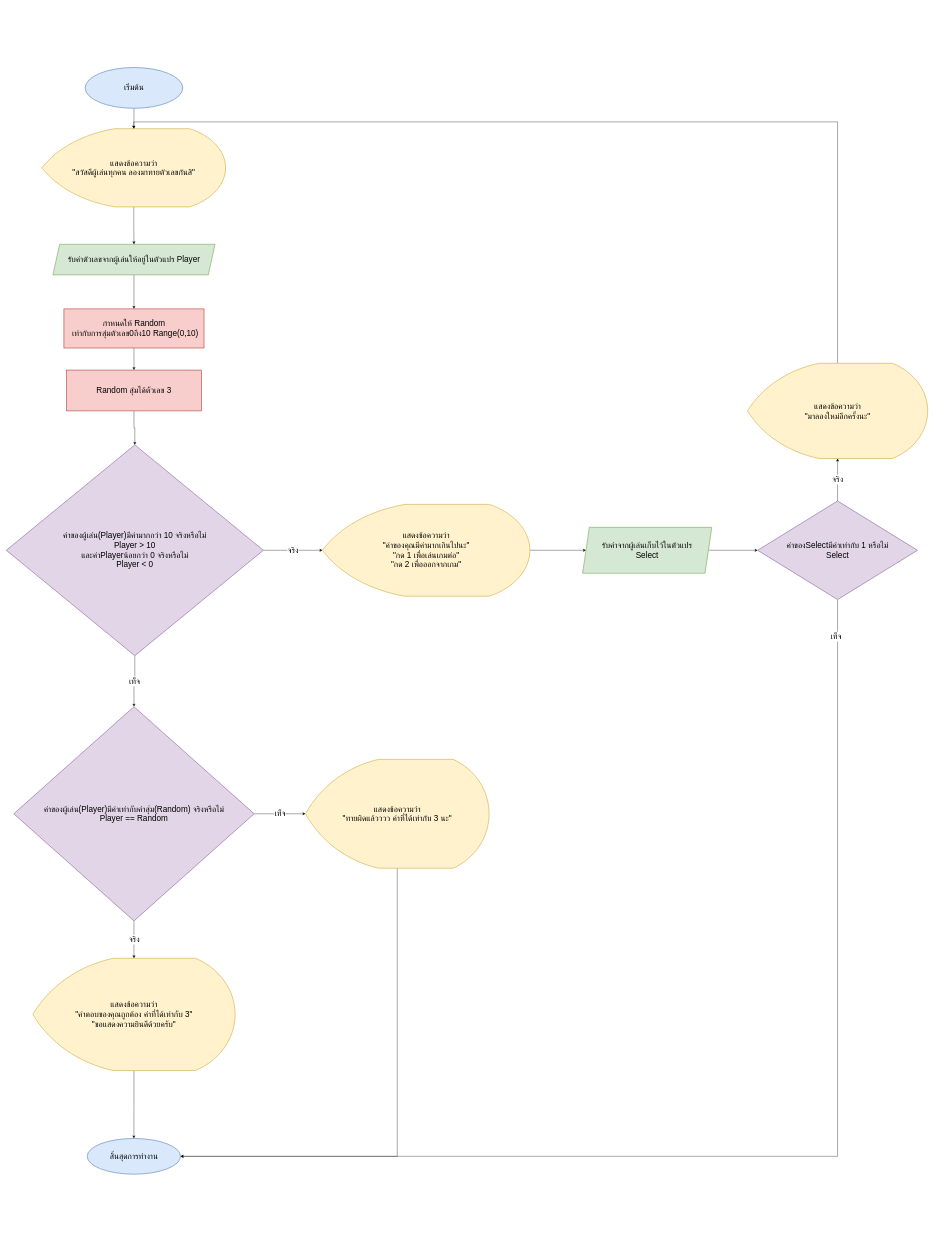
This is Guessing Games.drawio from yauyau-codercamp/Natawat_Renusin, a draw.io file, before an edit. Source tidied: cells renumbered, new cells numbered last; positions are measured from the earlier drawing's top-left corner, leaving out a move shared by most shapes. Both pictures are drawn from the tidied source at 34%, with x=0, y=0 at pixel (6, 67).
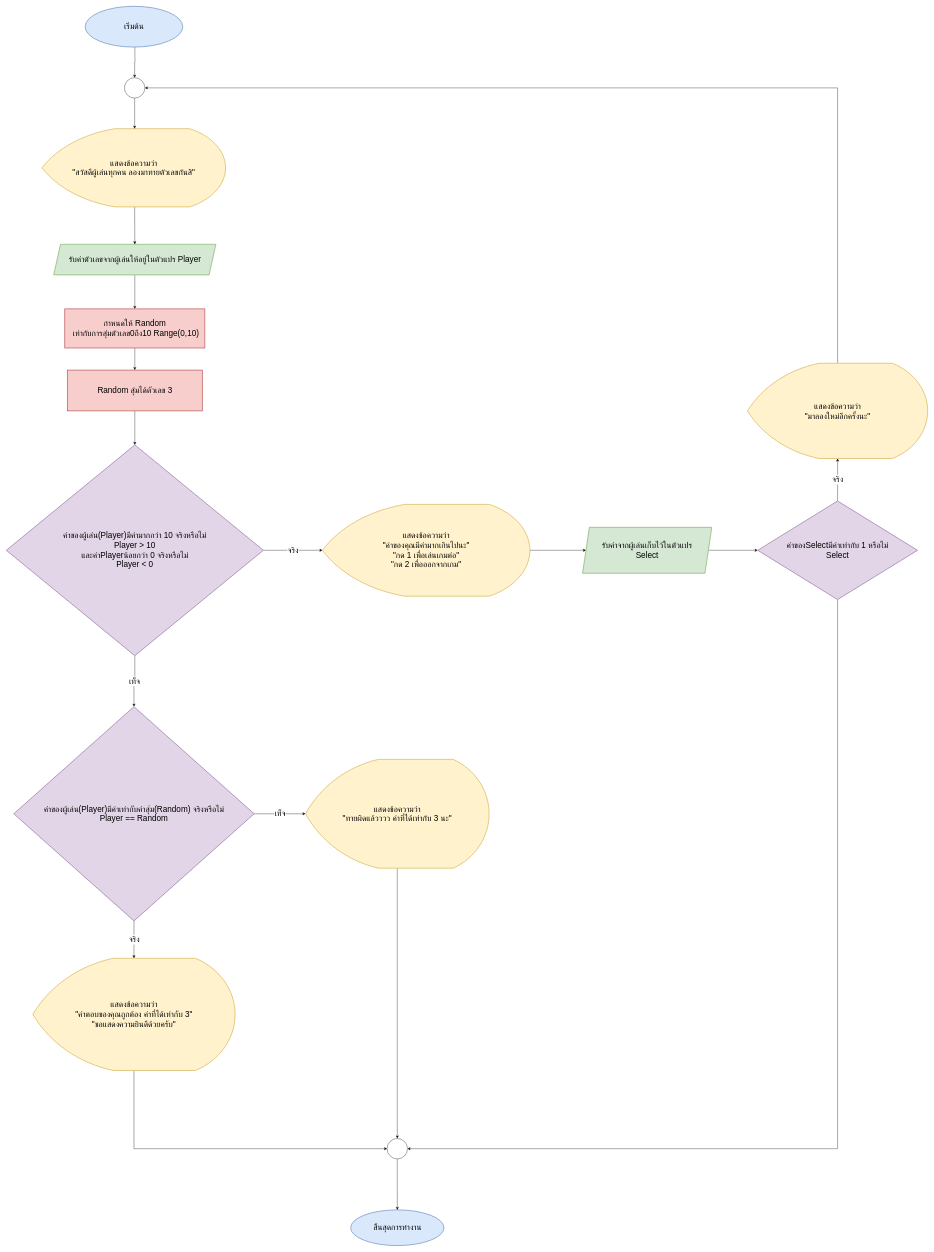
The same diagram, later.

Unchanged cells that the change refers to:
```xml
<mxCell id="17" value="แสดงข้อความว่า&lt;br&gt;&quot;คำตอบของคุณถูกต้อง ค่าที่ได้เท่ากับ 3&quot;&lt;br&gt;&quot;ขอแสดงความยินดีด้วยครับ&quot;" style="strokeWidth=2;html=1;shape=mxgraph.flowchart.display;whiteSpace=wrap;fontSize=24;fillColor=#fff2cc;strokeColor=#d6b656;" parent="1" vertex="1">
  <mxGeometry x="78" y="2620" width="595" height="330" as="geometry" />
</mxCell>
<mxCell id="26" value="ค่าของSelectมีค่าเท่ากับ 1 หรือไม่&lt;br&gt;Select" style="rhombus;whiteSpace=wrap;html=1;fontSize=24;strokeWidth=2;fillColor=#e1d5e7;strokeColor=#9673a6;" parent="1" vertex="1">
  <mxGeometry x="2210" y="1275" width="470" height="290" as="geometry" />
</mxCell>
<mxCell id="28" value="แสดงข้อความว่า&lt;br&gt;&quot;สวัสดีผู้เล่นทุกคน ลองมาทายตัวเลขกันสิ&quot;" style="strokeWidth=2;html=1;shape=mxgraph.flowchart.display;whiteSpace=wrap;fontSize=24;fillColor=#fff2cc;strokeColor=#d6b656;" parent="1" vertex="1">
  <mxGeometry x="105" y="180" width="540" height="230" as="geometry" />
</mxCell>
<mxCell id="30" value="แสดงข้อความว่า&lt;br&gt;&quot;มาลองใหม่อีกครั้งนะ&quot;" style="strokeWidth=2;html=1;shape=mxgraph.flowchart.display;whiteSpace=wrap;fontSize=24;fillColor=#fff2cc;strokeColor=#d6b656;" parent="1" vertex="1">
  <mxGeometry x="2180" y="870" width="530" height="280" as="geometry" />
</mxCell>
<mxCell id="32" value="แสดงข้อความว่า&lt;br&gt;&quot;ทายผิดแล้วววว ค่าที่ได้เท่ากับ 3 นะ&quot;" style="strokeWidth=2;html=1;shape=mxgraph.flowchart.display;whiteSpace=wrap;fontSize=24;fillColor=#fff2cc;strokeColor=#d6b656;" parent="1" vertex="1">
  <mxGeometry x="880" y="2035" width="540" height="320" as="geometry" />
</mxCell>
```

Change to the diagram source:
```diff
@@
-    <mxCell id="2" style="edgeStyle=orthogonalEdgeStyle;rounded=0;jettySize=auto;html=1;exitX=0.5;exitY=1;exitDx=0;exitDy=0;exitPerimeter=0;entryX=0.5;entryY=0;entryDx=0;entryDy=0;entryPerimeter=0;fontSize=24;" parent="1" edge="1" source="3" target="28">
-      <mxGeometry relative="1" as="geometry" />
-    </mxCell>
+    <mxCell id="33" style="edgeStyle=orthogonalEdgeStyle;rounded=0;jettySize=auto;html=1;exitX=0.5;exitY=1;exitDx=0;exitDy=0;exitPerimeter=0;entryX=0.5;entryY=0;entryDx=0;entryDy=0;entryPerimeter=0;" parent="1" edge="1" target="39">
+      <mxGeometry relative="1" as="geometry">
+        <mxPoint x="378" y="-60" as="sourcePoint" />
+      </mxGeometry>
+    </mxCell>
     <mxCell id="3" value="&lt;font style=&quot;font-size: 24px;&quot;&gt;เริ่มต้น&lt;/font&gt;" style="strokeWidth=2;html=1;shape=mxgraph.flowchart.start_1;whiteSpace=wrap;fillColor=#dae8fc;strokeColor=#6c8ebf;" parent="1" vertex="1">
-      <mxGeometry x="232" width="287" height="120" as="geometry" />
+      <mxGeometry x="232" y="-180" width="287" height="120" as="geometry" />
     </mxCell>
@@
     <mxCell id="5" value="&lt;font style=&quot;font-size: 24px;&quot;&gt;รับค่าตัวเลขจากผู้เล่นให้อยู่ในตัวแปร Player&lt;/font&gt;" style="shape=parallelogram;perimeter=parallelogramPerimeter;whiteSpace=wrap;html=1;fixedSize=1;strokeWidth=2;fillColor=#d5e8d4;strokeColor=#82b366;" parent="1" vertex="1">
-      <mxGeometry x="137" y="520" width="477" height="90" as="geometry" />
+      <mxGeometry x="139.5" y="520" width="477" height="90" as="geometry" />
     </mxCell>
@@
     <mxCell id="7" value="&lt;font style=&quot;font-size: 24px;&quot;&gt;กำหนดให้ Random&lt;br&gt;&amp;nbsp;เท่ากับการสุ่มตัวเลข0ถึง10 Range(0,10)&lt;/font&gt;" style="whiteSpace=wrap;html=1;strokeWidth=2;fillColor=#f8cecc;strokeColor=#b85450;" parent="1" vertex="1">
-      <mxGeometry x="169.5" y="710" width="412" height="115" as="geometry" />
+      <mxGeometry x="172" y="710" width="412" height="115" as="geometry" />
     </mxCell>
@@
     <mxCell id="9" value="&lt;font style=&quot;font-size: 24px;&quot;&gt;Random สุ่มได้ตัวเลข 3&lt;/font&gt;" style="whiteSpace=wrap;html=1;strokeWidth=2;fillColor=#f8cecc;strokeColor=#b85450;" parent="1" vertex="1">
-      <mxGeometry x="177" y="890" width="397" height="120" as="geometry" />
+      <mxGeometry x="179.5" y="890" width="397" height="120" as="geometry" />
     </mxCell>
@@
-    <mxCell id="16" style="edgeStyle=orthogonalEdgeStyle;rounded=0;jettySize=auto;html=1;fontSize=24;" parent="1" edge="1" source="17" target="18">
-      <mxGeometry relative="1" as="geometry" />
-    </mxCell>
+    <mxCell id="34" style="edgeStyle=orthogonalEdgeStyle;rounded=0;jettySize=auto;html=1;exitX=0.5;exitY=1;exitDx=0;exitDy=0;exitPerimeter=0;entryX=0;entryY=0.5;entryDx=0;entryDy=0;entryPerimeter=0;" parent="1" edge="1" source="17" target="41">
+      <mxGeometry relative="1" as="geometry" />
+    </mxCell>
@@
     <mxCell id="18" value="สิ้นสุดการทำงาน" style="ellipse;whiteSpace=wrap;html=1;fontSize=24;strokeWidth=2;fillColor=#dae8fc;strokeColor=#6c8ebf;" parent="1" vertex="1">
-      <mxGeometry x="238" y="3150" width="274.5" height="105" as="geometry" />
+      <mxGeometry x="1012.8" y="3360" width="274.5" height="105" as="geometry" />
     </mxCell>
@@
-    <mxCell id="24" style="edgeStyle=orthogonalEdgeStyle;rounded=0;jettySize=auto;html=1;exitX=0.5;exitY=1;exitDx=0;exitDy=0;entryX=1;entryY=0.5;entryDx=0;entryDy=0;fontSize=24;" parent="1" edge="1" source="26" target="18">
-      <mxGeometry relative="1" as="geometry" />
-    </mxCell>
-    <mxCell id="25" value="เท็จ" style="edgeLabel;html=1;align=center;verticalAlign=middle;fontSize=24;" parent="24" vertex="1">
-      <mxGeometry x="-0.94" y="-6" relative="1" as="geometry">
-        <mxPoint y="1" as="offset" />
-      </mxGeometry>
-    </mxCell>
+    <mxCell id="35" style="edgeStyle=orthogonalEdgeStyle;rounded=0;jettySize=auto;html=1;exitX=0.5;exitY=1;exitDx=0;exitDy=0;entryX=1;entryY=0.5;entryDx=0;entryDy=0;entryPerimeter=0;" parent="1" edge="1" source="26" target="41">
+      <mxGeometry relative="1" as="geometry" />
+    </mxCell>
@@
-    <mxCell id="27" style="edgeStyle=orthogonalEdgeStyle;rounded=0;jettySize=auto;html=1;exitX=0.5;exitY=1;exitDx=0;exitDy=0;exitPerimeter=0;entryX=0.5;entryY=0;entryDx=0;entryDy=0;fontSize=24;" parent="1" edge="1" source="28" target="5">
-      <mxGeometry relative="1" as="geometry" />
+    <mxCell id="27" style="edgeStyle=orthogonalEdgeStyle;rounded=0;jettySize=auto;html=1;exitX=0.5;exitY=1;exitDx=0;exitDy=0;exitPerimeter=0;entryX=0.5;entryY=0;entryDx=0;entryDy=0;fontSize=24;" parent="1" edge="1" target="5">
+      <mxGeometry relative="1" as="geometry">
+        <mxPoint x="377.5" y="410" as="sourcePoint" />
+      </mxGeometry>
     </mxCell>
@@
-    <mxCell id="29" style="edgeStyle=orthogonalEdgeStyle;rounded=0;jettySize=auto;html=1;exitX=0.5;exitY=0;exitDx=0;exitDy=0;exitPerimeter=0;entryX=0.5;entryY=0;entryDx=0;entryDy=0;entryPerimeter=0;fontSize=24;" parent="1" edge="1" source="30" target="28">
-      <mxGeometry relative="1" as="geometry" />
-    </mxCell>
+    <mxCell id="36" style="edgeStyle=orthogonalEdgeStyle;rounded=0;jettySize=auto;html=1;exitX=0.5;exitY=0;exitDx=0;exitDy=0;exitPerimeter=0;entryX=1;entryY=0.5;entryDx=0;entryDy=0;entryPerimeter=0;" parent="1" edge="1" source="30" target="39">
+      <mxGeometry relative="1" as="geometry" />
+    </mxCell>
@@
-    <mxCell id="31" style="edgeStyle=orthogonalEdgeStyle;rounded=0;jettySize=auto;html=1;exitX=0.5;exitY=1;exitDx=0;exitDy=0;exitPerimeter=0;entryX=1;entryY=0.5;entryDx=0;entryDy=0;fontSize=24;" parent="1" edge="1" source="32" target="18">
-      <mxGeometry relative="1" as="geometry" />
-    </mxCell>
+    <mxCell id="37" style="edgeStyle=orthogonalEdgeStyle;rounded=0;jettySize=auto;html=1;exitX=0.5;exitY=1;exitDx=0;exitDy=0;exitPerimeter=0;entryX=0.5;entryY=0;entryDx=0;entryDy=0;entryPerimeter=0;" parent="1" edge="1" source="32" target="41">
+      <mxGeometry relative="1" as="geometry" />
+    </mxCell>
@@
+    <mxCell id="38" style="edgeStyle=orthogonalEdgeStyle;rounded=0;jettySize=auto;html=1;exitX=0.5;exitY=1;exitDx=0;exitDy=0;exitPerimeter=0;" parent="1" edge="1" source="39">
+      <mxGeometry relative="1" as="geometry">
+        <mxPoint x="377.5" y="180" as="targetPoint" />
+      </mxGeometry>
+    </mxCell>
+    <mxCell id="39" style="verticalLabelPosition=bottom;verticalAlign=top;html=1;shape=mxgraph.flowchart.on-page_reference;" parent="1" vertex="1">
+      <mxGeometry x="347.5" y="30" width="60" height="60" as="geometry" />
+    </mxCell>
+    <mxCell id="40" style="edgeStyle=orthogonalEdgeStyle;rounded=0;jettySize=auto;html=1;exitX=0.5;exitY=1;exitDx=0;exitDy=0;exitPerimeter=0;entryX=0.5;entryY=0;entryDx=0;entryDy=0;" parent="1" edge="1" source="41" target="18">
+      <mxGeometry relative="1" as="geometry" />
+    </mxCell>
+    <mxCell id="41" style="verticalLabelPosition=bottom;verticalAlign=top;html=1;shape=mxgraph.flowchart.on-page_reference;" parent="1" vertex="1">
+      <mxGeometry x="1120" y="3150" width="60" height="60" as="geometry" />
+    </mxCell>
```
